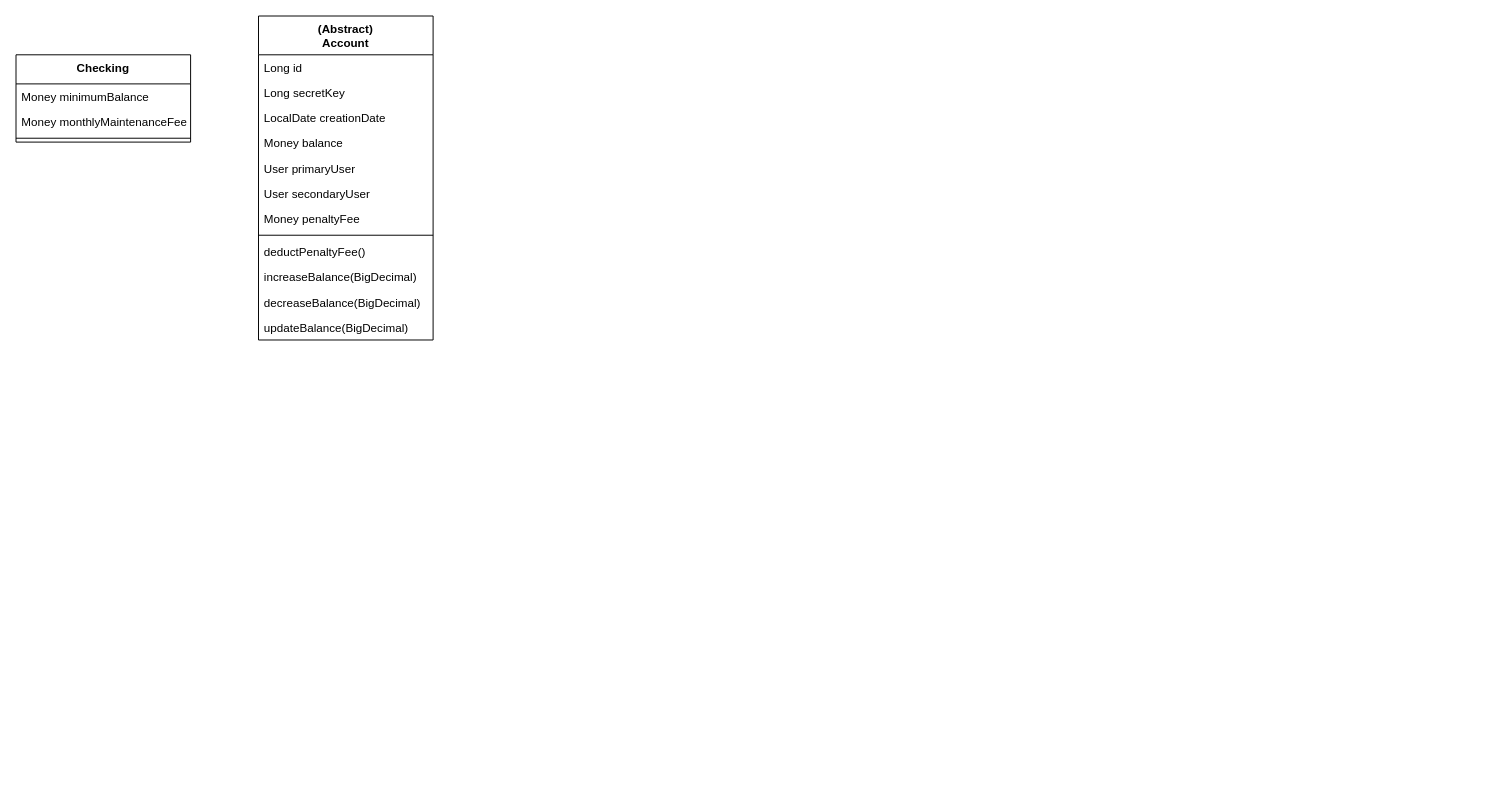
Above: class_diagram.drawio in Openbank-Java-Bootcamp/Nuria-Midterm-Project (draw.io), before the change. Source tidied: cells renumbered, new cells numbered last; positions are measured from the earlier drawing's top-left corner, leaving out a move shared by most shapes. Both pictures are drawn from the tidied source at 97%, with x=0, y=0 at pixel (16, 16).
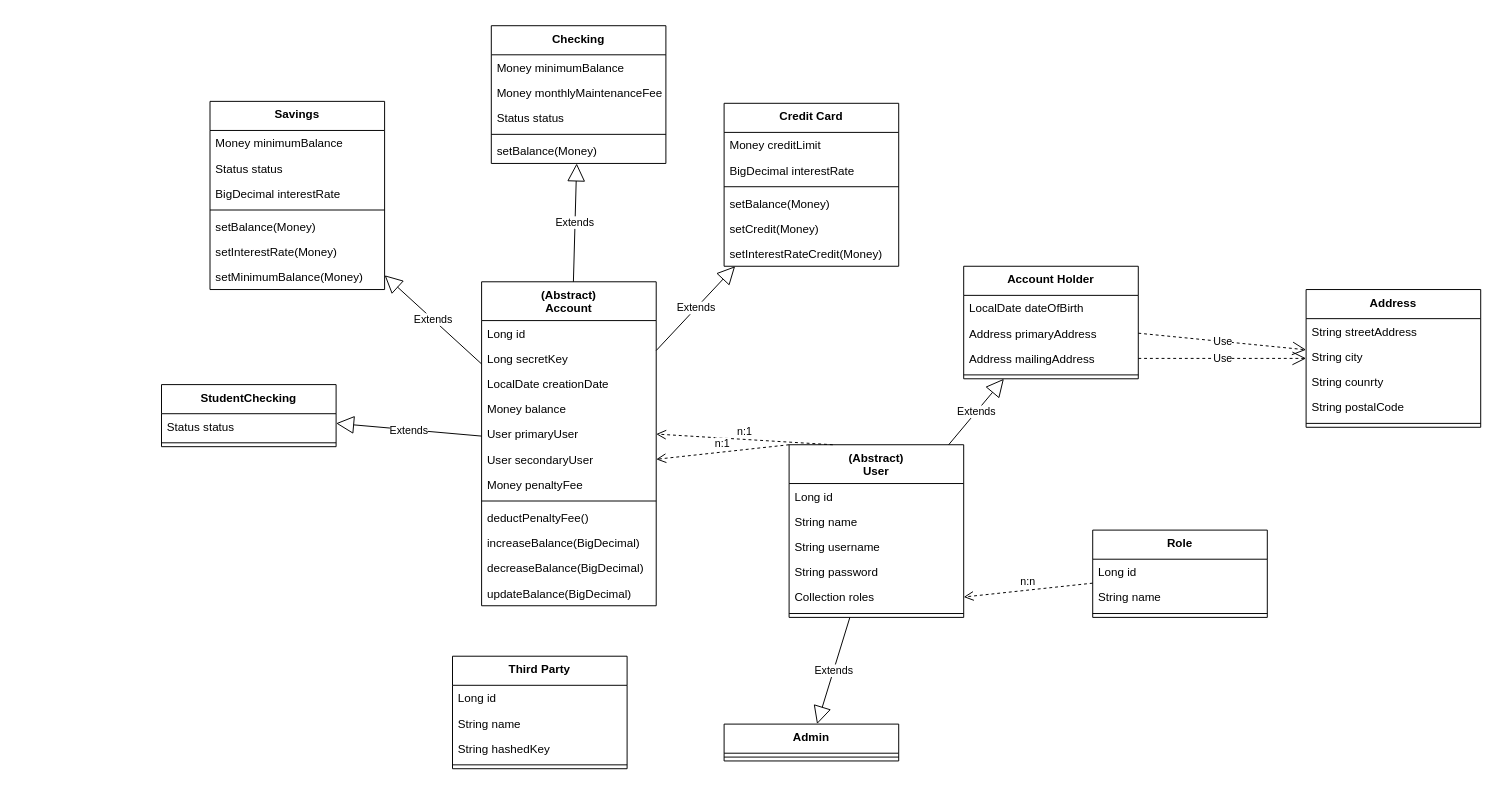
After the change.

Commit message (it also covers changes not shown here):
Class diagram

The change refers to these unchanged cells:
```xml
<mxCell id="7" value="User primaryUser" style="text;strokeColor=none;fillColor=none;align=left;verticalAlign=top;spacingLeft=4;spacingRight=4;overflow=hidden;points=[[0,0.5],[1,0.5]];portConstraint=eastwest;" parent="2" vertex="1">
  <mxGeometry y="144" width="180" height="26" as="geometry" />
</mxCell>
<mxCell id="8" value="User secondaryUser" style="text;strokeColor=none;fillColor=none;align=left;verticalAlign=top;spacingLeft=4;spacingRight=4;overflow=hidden;points=[[0,0.5],[1,0.5]];portConstraint=eastwest;" parent="2" vertex="1">
  <mxGeometry y="170" width="180" height="26" as="geometry" />
</mxCell>
```

What changed in the source:
```diff
@@
     <mxCell id="2" value="(Abstract)&#10;Account" style="swimlane;fontStyle=1;align=center;verticalAlign=top;horizontal=1;startSize=40;" parent="1" vertex="1">
-      <mxGeometry x="250" width="180" height="334" as="geometry" />
+      <mxGeometry x="480" y="274" width="180" height="334" as="geometry" />
     </mxCell>
@@
     <mxCell id="15" value="Checking" style="swimlane;fontStyle=1;align=center;verticalAlign=top;horizontal=1;startSize=30;" parent="1" vertex="1">
-      <mxGeometry y="40" width="180" height="90" as="geometry" />
+      <mxGeometry x="490" y="10" width="180" height="142" as="geometry" />
     </mxCell>
@@
+    <mxCell id="19" value="Status status" style="text;strokeColor=none;fillColor=none;align=left;verticalAlign=top;spacingLeft=4;spacingRight=4;overflow=hidden;" parent="15" vertex="1">
+      <mxGeometry y="82" width="180" height="26" as="geometry" />
+    </mxCell>
     <mxCell id="18" style="line;strokeWidth=1;fillColor=none;align=left;verticalAlign=middle;spacingTop=-1;spacingLeft=3;spacingRight=3;labelPosition=right;" parent="15" vertex="1">
-      <mxGeometry y="82" width="180" height="8" as="geometry" />
+      <mxGeometry y="108" width="180" height="8" as="geometry" />
     </mxCell>
+    <mxCell id="20" value="setBalance(Money)" style="text;strokeColor=none;fillColor=none;align=left;verticalAlign=top;spacingLeft=4;spacingRight=4;overflow=hidden;" parent="15" vertex="1">
+      <mxGeometry y="116" width="180" height="26" as="geometry" />
+    </mxCell>
+    <mxCell id="21" value="StudentChecking" style="swimlane;fontStyle=1;align=center;verticalAlign=top;horizontal=1;startSize=30;" parent="1" vertex="1">
+      <mxGeometry x="150" y="380" width="180" height="64" as="geometry" />
+    </mxCell>
+    <mxCell id="22" value="Status status" style="text;strokeColor=none;fillColor=none;align=left;verticalAlign=top;spacingLeft=4;spacingRight=4;overflow=hidden;" parent="21" vertex="1">
+      <mxGeometry y="30" width="180" height="26" as="geometry" />
+    </mxCell>
+    <mxCell id="23" style="line;strokeWidth=1;fillColor=none;align=left;verticalAlign=middle;spacingTop=-1;spacingLeft=3;spacingRight=3;labelPosition=right;" parent="21" vertex="1">
+      <mxGeometry y="56" width="180" height="8" as="geometry" />
+    </mxCell>
+    <mxCell id="24" value="Extends" style="endArrow=block;endSize=16;endFill=0;html=1;rounded=0;" parent="1" edge="1" source="2" target="21">
+      <mxGeometry relative="1" as="geometry" />
+    </mxCell>
+    <mxCell id="25" value="Extends" style="endArrow=block;endSize=16;endFill=0;html=1;rounded=0;" parent="1" edge="1" source="2" target="15">
+      <mxGeometry relative="1" as="geometry" />
+    </mxCell>
+    <mxCell id="26" value="Savings" style="swimlane;fontStyle=1;align=center;verticalAlign=top;horizontal=1;startSize=30;" parent="1" vertex="1">
+      <mxGeometry x="200" y="88" width="180" height="194" as="geometry" />
+    </mxCell>
+    <mxCell id="27" value="Money minimumBalance" style="text;strokeColor=none;fillColor=none;align=left;verticalAlign=top;spacingLeft=4;spacingRight=4;overflow=hidden;" parent="26" vertex="1">
+      <mxGeometry y="30" width="180" height="26" as="geometry" />
+    </mxCell>
+    <mxCell id="28" value="Status status" style="text;strokeColor=none;fillColor=none;align=left;verticalAlign=top;spacingLeft=4;spacingRight=4;overflow=hidden;" parent="26" vertex="1">
+      <mxGeometry y="56" width="180" height="26" as="geometry" />
+    </mxCell>
+    <mxCell id="29" value="BigDecimal interestRate" style="text;strokeColor=none;fillColor=none;align=left;verticalAlign=top;spacingLeft=4;spacingRight=4;overflow=hidden;" parent="26" vertex="1">
+      <mxGeometry y="82" width="180" height="26" as="geometry" />
+    </mxCell>
+    <mxCell id="30" style="line;strokeWidth=1;fillColor=none;align=left;verticalAlign=middle;spacingTop=-1;spacingLeft=3;spacingRight=3;labelPosition=right;" parent="26" vertex="1">
+      <mxGeometry y="108" width="180" height="8" as="geometry" />
+    </mxCell>
+    <mxCell id="31" value="setBalance(Money)" style="text;strokeColor=none;fillColor=none;align=left;verticalAlign=top;spacingLeft=4;spacingRight=4;overflow=hidden;" parent="26" vertex="1">
+      <mxGeometry y="116" width="180" height="26" as="geometry" />
+    </mxCell>
+    <mxCell id="32" value="setInterestRate(Money)" style="text;strokeColor=none;fillColor=none;align=left;verticalAlign=top;spacingLeft=4;spacingRight=4;overflow=hidden;" parent="26" vertex="1">
+      <mxGeometry y="142" width="180" height="26" as="geometry" />
+    </mxCell>
+    <mxCell id="33" value="setMinimumBalance(Money)" style="text;strokeColor=none;fillColor=none;align=left;verticalAlign=top;spacingLeft=4;spacingRight=4;overflow=hidden;" parent="26" vertex="1">
+      <mxGeometry y="168" width="180" height="26" as="geometry" />
+    </mxCell>
+    <mxCell id="34" value="Extends" style="endArrow=block;endSize=16;endFill=0;html=1;rounded=0;" parent="1" edge="1" source="2" target="26">
+      <mxGeometry relative="1" as="geometry" />
+    </mxCell>
+    <mxCell id="35" value="Credit Card" style="swimlane;fontStyle=1;align=center;verticalAlign=top;horizontal=1;startSize=30;" parent="1" vertex="1">
+      <mxGeometry x="730" y="90" width="180" height="168" as="geometry" />
+    </mxCell>
+    <mxCell id="36" value="Money creditLimit" style="text;strokeColor=none;fillColor=none;align=left;verticalAlign=top;spacingLeft=4;spacingRight=4;overflow=hidden;" parent="35" vertex="1">
+      <mxGeometry y="30" width="180" height="26" as="geometry" />
+    </mxCell>
+    <mxCell id="37" value="BigDecimal interestRate" style="text;strokeColor=none;fillColor=none;align=left;verticalAlign=top;spacingLeft=4;spacingRight=4;overflow=hidden;" parent="35" vertex="1">
+      <mxGeometry y="56" width="180" height="26" as="geometry" />
+    </mxCell>
+    <mxCell id="38" style="line;strokeWidth=1;fillColor=none;align=left;verticalAlign=middle;spacingTop=-1;spacingLeft=3;spacingRight=3;labelPosition=right;" parent="35" vertex="1">
+      <mxGeometry y="82" width="180" height="8" as="geometry" />
+    </mxCell>
+    <mxCell id="39" value="setBalance(Money)" style="text;strokeColor=none;fillColor=none;align=left;verticalAlign=top;spacingLeft=4;spacingRight=4;overflow=hidden;" parent="35" vertex="1">
+      <mxGeometry y="90" width="180" height="26" as="geometry" />
+    </mxCell>
+    <mxCell id="40" value="setCredit(Money)" style="text;strokeColor=none;fillColor=none;align=left;verticalAlign=top;spacingLeft=4;spacingRight=4;overflow=hidden;" parent="35" vertex="1">
+      <mxGeometry y="116" width="180" height="26" as="geometry" />
+    </mxCell>
+    <mxCell id="41" value="setInterestRateCredit(Money)" style="text;strokeColor=none;fillColor=none;align=left;verticalAlign=top;spacingLeft=4;spacingRight=4;overflow=hidden;" parent="35" vertex="1">
+      <mxGeometry y="142" width="180" height="26" as="geometry" />
+    </mxCell>
+    <mxCell id="42" value="Extends" style="endArrow=block;endSize=16;endFill=0;html=1;rounded=0;" parent="1" edge="1" source="2" target="35">
+      <mxGeometry relative="1" as="geometry" />
+    </mxCell>
+    <mxCell id="43" value="(Abstract)&#10;User" style="swimlane;fontStyle=1;align=center;verticalAlign=top;horizontal=1;startSize=40;" parent="1" vertex="1">
+      <mxGeometry x="797" y="442" width="180" height="178" as="geometry" />
+    </mxCell>
+    <mxCell id="44" value="Long id" style="text;strokeColor=none;fillColor=none;align=left;verticalAlign=top;spacingLeft=4;spacingRight=4;overflow=hidden;" parent="43" vertex="1">
+      <mxGeometry y="40" width="180" height="26" as="geometry" />
+    </mxCell>
+    <mxCell id="45" value="String name" style="text;strokeColor=none;fillColor=none;align=left;verticalAlign=top;spacingLeft=4;spacingRight=4;overflow=hidden;" parent="43" vertex="1">
+      <mxGeometry y="66" width="180" height="26" as="geometry" />
+    </mxCell>
+    <mxCell id="46" value="String username" style="text;strokeColor=none;fillColor=none;align=left;verticalAlign=top;spacingLeft=4;spacingRight=4;overflow=hidden;" parent="43" vertex="1">
+      <mxGeometry y="92" width="180" height="26" as="geometry" />
+    </mxCell>
+    <mxCell id="47" value="String password" style="text;strokeColor=none;fillColor=none;align=left;verticalAlign=top;spacingLeft=4;spacingRight=4;overflow=hidden;" parent="43" vertex="1">
+      <mxGeometry y="118" width="180" height="26" as="geometry" />
+    </mxCell>
+    <mxCell id="48" value="Collection roles" style="text;strokeColor=none;fillColor=none;align=left;verticalAlign=top;spacingLeft=4;spacingRight=4;overflow=hidden;points=[[0,0.5],[1,0.5]];portConstraint=eastwest;" parent="43" vertex="1">
+      <mxGeometry y="144" width="180" height="26" as="geometry" />
+    </mxCell>
+    <mxCell id="49" style="line;strokeWidth=1;fillColor=none;align=left;verticalAlign=middle;spacingTop=-1;spacingLeft=3;spacingRight=3;labelPosition=right;" parent="43" vertex="1">
+      <mxGeometry y="170" width="180" height="8" as="geometry" />
+    </mxCell>
+    <mxCell id="50" value="n:1" style="html=1;verticalAlign=bottom;endArrow=open;dashed=1;endSize=8;rounded=0;entryX=1;entryY=0.5;entryDx=0;entryDy=0;exitX=0.25;exitY=0;exitDx=0;exitDy=0;" parent="1" edge="1" source="43" target="7">
+      <mxGeometry relative="1" as="geometry" />
+    </mxCell>
+    <mxCell id="51" value="n:1" style="html=1;verticalAlign=bottom;endArrow=open;dashed=1;endSize=8;rounded=0;entryX=1;entryY=0.5;entryDx=0;entryDy=0;exitX=0;exitY=0;exitDx=0;exitDy=0;" parent="1" edge="1" source="43" target="8">
+      <mxGeometry relative="1" as="geometry" />
+    </mxCell>
+    <mxCell id="52" value="Role" style="swimlane;fontStyle=1;align=center;verticalAlign=top;horizontal=1;startSize=30;" parent="1" vertex="1">
+      <mxGeometry x="1110" y="530" width="180" height="90" as="geometry" />
+    </mxCell>
+    <mxCell id="53" value="Long id" style="text;strokeColor=none;fillColor=none;align=left;verticalAlign=top;spacingLeft=4;spacingRight=4;overflow=hidden;" parent="52" vertex="1">
+      <mxGeometry y="30" width="180" height="26" as="geometry" />
+    </mxCell>
+    <mxCell id="54" value="String name" style="text;strokeColor=none;fillColor=none;align=left;verticalAlign=top;spacingLeft=4;spacingRight=4;overflow=hidden;" parent="52" vertex="1">
+      <mxGeometry y="56" width="180" height="26" as="geometry" />
+    </mxCell>
+    <mxCell id="55" style="line;strokeWidth=1;fillColor=none;align=left;verticalAlign=middle;spacingTop=-1;spacingLeft=3;spacingRight=3;labelPosition=right;" parent="52" vertex="1">
+      <mxGeometry y="82" width="180" height="8" as="geometry" />
+    </mxCell>
+    <mxCell id="56" value="n:n" style="html=1;verticalAlign=bottom;endArrow=open;dashed=1;endSize=8;rounded=0;entryX=1;entryY=0.5;entryDx=0;entryDy=0;" parent="1" edge="1" source="52" target="48">
+      <mxGeometry relative="1" as="geometry" />
+    </mxCell>
+    <mxCell id="57" value="Admin" style="swimlane;fontStyle=1;align=center;verticalAlign=top;horizontal=1;startSize=30;" parent="1" vertex="1">
+      <mxGeometry x="730" y="730" width="180" height="38" as="geometry" />
+    </mxCell>
+    <mxCell id="58" style="line;strokeWidth=1;fillColor=none;align=left;verticalAlign=middle;spacingTop=-1;spacingLeft=3;spacingRight=3;labelPosition=right;" parent="57" vertex="1">
+      <mxGeometry y="30" width="180" height="8" as="geometry" />
+    </mxCell>
+    <mxCell id="59" value="Extends" style="endArrow=block;endSize=16;endFill=0;html=1;rounded=0;" parent="1" edge="1" source="43" target="57">
+      <mxGeometry relative="1" as="geometry" />
+    </mxCell>
+    <mxCell id="60" value="Account Holder" style="swimlane;fontStyle=1;align=center;verticalAlign=top;horizontal=1;startSize=30;" parent="1" vertex="1">
+      <mxGeometry x="977" y="258" width="180" height="116" as="geometry" />
+    </mxCell>
+    <mxCell id="61" value="LocalDate dateOfBirth" style="text;strokeColor=none;fillColor=none;align=left;verticalAlign=top;spacingLeft=4;spacingRight=4;overflow=hidden;" parent="60" vertex="1">
+      <mxGeometry y="30" width="180" height="26" as="geometry" />
+    </mxCell>
+    <mxCell id="62" value="Address primaryAddress" style="text;strokeColor=none;fillColor=none;align=left;verticalAlign=top;spacingLeft=4;spacingRight=4;overflow=hidden;points=[[0,0.5],[1,0.5]];portConstraint=eastwest;" parent="60" vertex="1">
+      <mxGeometry y="56" width="180" height="26" as="geometry" />
+    </mxCell>
+    <mxCell id="63" value="Address mailingAddress" style="text;strokeColor=none;fillColor=none;align=left;verticalAlign=top;spacingLeft=4;spacingRight=4;overflow=hidden;points=[[0,0.5],[1,0.5]];portConstraint=eastwest;" parent="60" vertex="1">
+      <mxGeometry y="82" width="180" height="26" as="geometry" />
+    </mxCell>
+    <mxCell id="64" style="line;strokeWidth=1;fillColor=none;align=left;verticalAlign=middle;spacingTop=-1;spacingLeft=3;spacingRight=3;labelPosition=right;" parent="60" vertex="1">
+      <mxGeometry y="108" width="180" height="8" as="geometry" />
+    </mxCell>
+    <mxCell id="65" value="Extends" style="endArrow=block;endSize=16;endFill=0;html=1;rounded=0;" parent="1" edge="1" source="43" target="60">
+      <mxGeometry relative="1" as="geometry" />
+    </mxCell>
+    <mxCell id="66" value="Third Party" style="swimlane;fontStyle=1;align=center;verticalAlign=top;horizontal=1;startSize=30;" parent="1" vertex="1">
+      <mxGeometry x="450" y="660" width="180" height="116" as="geometry" />
+    </mxCell>
+    <mxCell id="67" value="Long id" style="text;strokeColor=none;fillColor=none;align=left;verticalAlign=top;spacingLeft=4;spacingRight=4;overflow=hidden;" parent="66" vertex="1">
+      <mxGeometry y="30" width="180" height="26" as="geometry" />
+    </mxCell>
+    <mxCell id="68" value="String name" style="text;strokeColor=none;fillColor=none;align=left;verticalAlign=top;spacingLeft=4;spacingRight=4;overflow=hidden;" parent="66" vertex="1">
+      <mxGeometry y="56" width="180" height="26" as="geometry" />
+    </mxCell>
+    <mxCell id="69" value="String hashedKey" style="text;strokeColor=none;fillColor=none;align=left;verticalAlign=top;spacingLeft=4;spacingRight=4;overflow=hidden;" parent="66" vertex="1">
+      <mxGeometry y="82" width="180" height="26" as="geometry" />
+    </mxCell>
+    <mxCell id="70" style="line;strokeWidth=1;fillColor=none;align=left;verticalAlign=middle;spacingTop=-1;spacingLeft=3;spacingRight=3;labelPosition=right;" parent="66" vertex="1">
+      <mxGeometry y="108" width="180" height="8" as="geometry" />
+    </mxCell>
+    <mxCell id="71" value="Address" style="swimlane;fontStyle=1;align=center;verticalAlign=top;horizontal=1;startSize=30;" parent="1" vertex="1">
+      <mxGeometry x="1330" y="282" width="180" height="142" as="geometry" />
+    </mxCell>
+    <mxCell id="72" value="String streetAddress" style="text;strokeColor=none;fillColor=none;align=left;verticalAlign=top;spacingLeft=4;spacingRight=4;overflow=hidden;" parent="71" vertex="1">
+      <mxGeometry y="30" width="180" height="26" as="geometry" />
+    </mxCell>
+    <mxCell id="73" value="String city" style="text;strokeColor=none;fillColor=none;align=left;verticalAlign=top;spacingLeft=4;spacingRight=4;overflow=hidden;" parent="71" vertex="1">
+      <mxGeometry y="56" width="180" height="26" as="geometry" />
+    </mxCell>
+    <mxCell id="74" value="String counrty" style="text;strokeColor=none;fillColor=none;align=left;verticalAlign=top;spacingLeft=4;spacingRight=4;overflow=hidden;" parent="71" vertex="1">
+      <mxGeometry y="82" width="180" height="26" as="geometry" />
+    </mxCell>
+    <mxCell id="75" value="String postalCode" style="text;strokeColor=none;fillColor=none;align=left;verticalAlign=top;spacingLeft=4;spacingRight=4;overflow=hidden;" parent="71" vertex="1">
+      <mxGeometry y="108" width="180" height="26" as="geometry" />
+    </mxCell>
+    <mxCell id="76" style="line;strokeWidth=1;fillColor=none;align=left;verticalAlign=middle;spacingTop=-1;spacingLeft=3;spacingRight=3;labelPosition=right;" parent="71" vertex="1">
+      <mxGeometry y="134" width="180" height="8" as="geometry" />
+    </mxCell>
+    <mxCell id="77" value="Use" style="endArrow=open;endSize=12;dashed=1;html=1;rounded=0;exitX=1;exitY=0.5;exitDx=0;exitDy=0;" parent="1" edge="1" source="62" target="71">
+      <mxGeometry relative="1" as="geometry" />
+    </mxCell>
+    <mxCell id="78" value="Use" style="endArrow=open;endSize=12;dashed=1;html=1;rounded=0;exitX=1;exitY=0.5;exitDx=0;exitDy=0;" parent="1" edge="1" source="63" target="71">
+      <mxGeometry relative="1" as="geometry" />
+    </mxCell>
```
